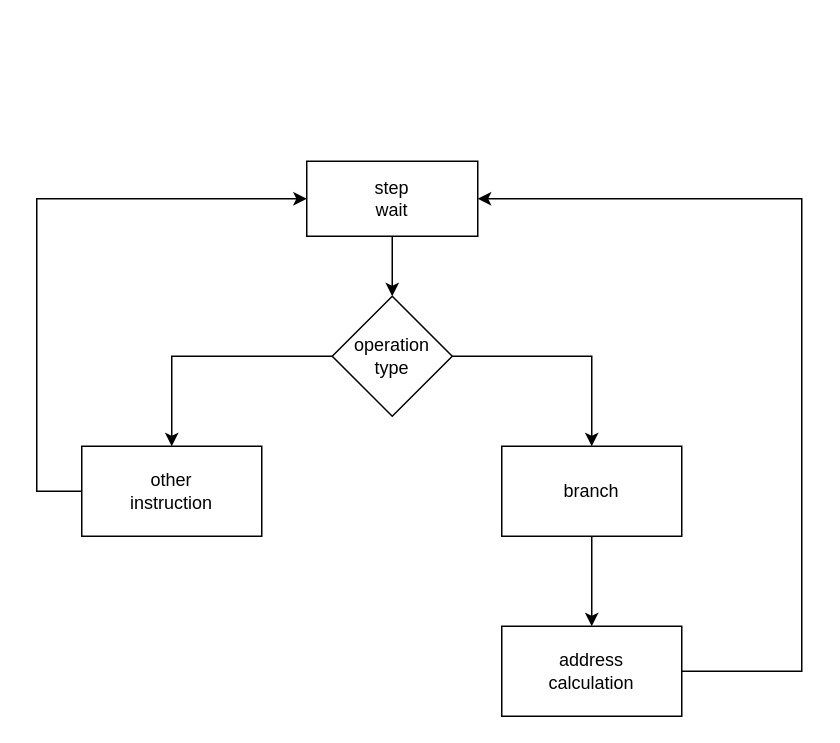
The draw.io diagram diagrams/execute_stage.drawio in vittorio01/CustomCPU, before the edit. Source tidied: cells renumbered, new cells numbered last; positions are measured from the earlier drawing's top-left corner, leaving out a move shared by most shapes. Both pictures are drawn from the tidied source at 150%, with x=0, y=0 at pixel (36, 160).
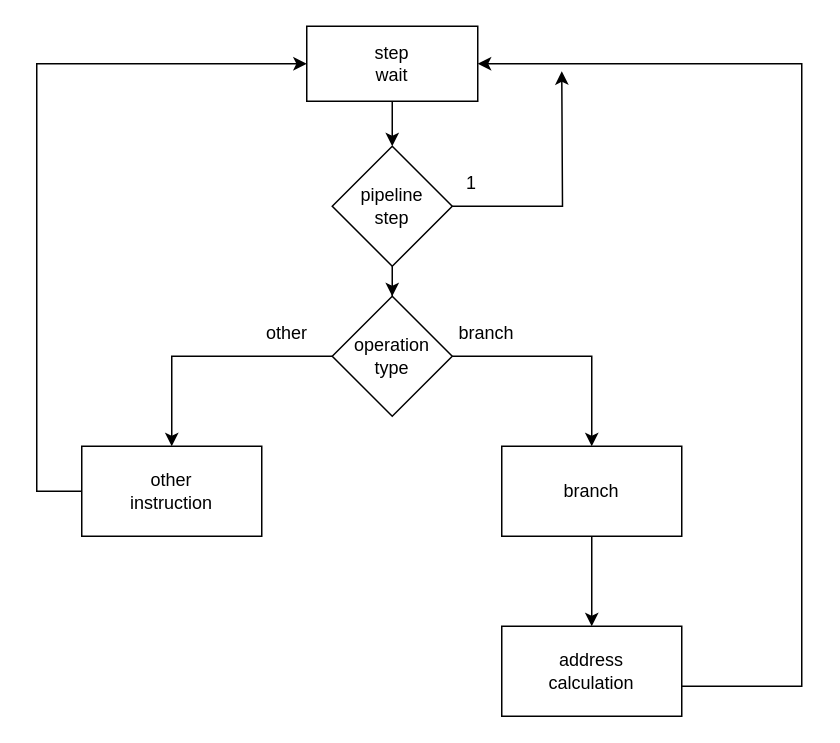
The same page after the edit.

The change refers to these unchanged cells:
```xml
<mxCell id="5" value="&lt;div&gt;other&lt;/div&gt;&lt;div&gt;instruction&lt;br&gt;&lt;/div&gt;" style="rounded=0;whiteSpace=wrap;html=1;" parent="1" vertex="1">
  <mxGeometry x="30" y="190" width="120" height="60" as="geometry" />
</mxCell>
<mxCell id="8" value="&lt;div&gt;operation&lt;/div&gt;&lt;div&gt;type&lt;br&gt;&lt;/div&gt;" style="rhombus;whiteSpace=wrap;html=1;" parent="1" vertex="1">
  <mxGeometry x="197" y="90" width="80" height="80" as="geometry" />
</mxCell>
<mxCell id="12" value="&lt;div&gt;address&lt;/div&gt;&lt;div&gt;calculation&lt;br&gt;&lt;/div&gt;" style="rounded=0;whiteSpace=wrap;html=1;" parent="1" vertex="1">
  <mxGeometry x="310" y="310" width="120" height="60" as="geometry" />
</mxCell>
```

Diff of the diagram source:
```diff
@@
-    <mxCell id="2" style="edgeStyle=orthogonalEdgeStyle;rounded=0;jettySize=auto;html=1;" parent="1" edge="1" source="3" target="8">
-      <mxGeometry relative="1" as="geometry" />
-    </mxCell>
+    <mxCell id="13" style="edgeStyle=orthogonalEdgeStyle;rounded=0;jettySize=auto;html=1;" parent="1" edge="1" source="3" target="16">
+      <mxGeometry relative="1" as="geometry" />
+    </mxCell>
     <mxCell id="3" value="&lt;div&gt;step&lt;/div&gt;&lt;div&gt;wait&lt;br&gt;&lt;/div&gt;" style="rounded=0;whiteSpace=wrap;html=1;" parent="1" vertex="1">
-      <mxGeometry x="180" width="114" height="50" as="geometry" />
+      <mxGeometry x="180" y="-90" width="114" height="50" as="geometry" />
     </mxCell>
     <mxCell id="4" style="edgeStyle=orthogonalEdgeStyle;rounded=0;jettySize=auto;html=1;entryX=0;entryY=0.5;entryDx=0;entryDy=0;" parent="1" edge="1" source="5" target="3">
       <mxGeometry relative="1" as="geometry">
         <Array as="points">
           <mxPoint y="220" />
-          <mxPoint y="25" />
+          <mxPoint y="-65" />
         </Array>
       </mxGeometry>
     </mxCell>
@@
     <mxCell id="11" style="edgeStyle=orthogonalEdgeStyle;rounded=0;jettySize=auto;html=1;entryX=1;entryY=0.5;entryDx=0;entryDy=0;" parent="1" edge="1" source="12" target="3">
       <mxGeometry relative="1" as="geometry">
         <Array as="points">
-          <mxPoint x="510" y="340" />
-          <mxPoint x="510" y="25" />
+          <mxPoint x="510" y="350" />
+          <mxPoint x="510" y="-65" />
         </Array>
       </mxGeometry>
     </mxCell>
@@
+    <mxCell id="14" style="edgeStyle=orthogonalEdgeStyle;rounded=0;jettySize=auto;html=1;" parent="1" edge="1" source="16">
+      <mxGeometry relative="1" as="geometry">
+        <mxPoint x="350" y="-60" as="targetPoint" />
+      </mxGeometry>
+    </mxCell>
+    <mxCell id="15" style="edgeStyle=orthogonalEdgeStyle;rounded=0;jettySize=auto;html=1;" parent="1" edge="1" source="16" target="8">
+      <mxGeometry relative="1" as="geometry" />
+    </mxCell>
+    <mxCell id="16" value="&lt;div&gt;pipeline&lt;/div&gt;&lt;div&gt;step&lt;br&gt;&lt;/div&gt;" style="rhombus;whiteSpace=wrap;html=1;" parent="1" vertex="1">
+      <mxGeometry x="197" y="-10" width="80" height="80" as="geometry" />
+    </mxCell>
+    <mxCell id="17" value="1" style="text;html=1;strokeColor=none;fillColor=none;align=center;verticalAlign=middle;whiteSpace=wrap;rounded=0;" parent="1" vertex="1">
+      <mxGeometry x="260" width="60" height="30" as="geometry" />
+    </mxCell>
+    <mxCell id="18" value="&lt;div&gt;other&lt;/div&gt;" style="text;html=1;strokeColor=none;fillColor=none;align=center;verticalAlign=middle;whiteSpace=wrap;rounded=0;" parent="1" vertex="1">
+      <mxGeometry x="137" y="100" width="60" height="30" as="geometry" />
+    </mxCell>
+    <mxCell id="19" value="branch" style="text;html=1;strokeColor=none;fillColor=none;align=center;verticalAlign=middle;whiteSpace=wrap;rounded=0;" parent="1" vertex="1">
+      <mxGeometry x="270" y="100" width="60" height="30" as="geometry" />
+    </mxCell>
```
